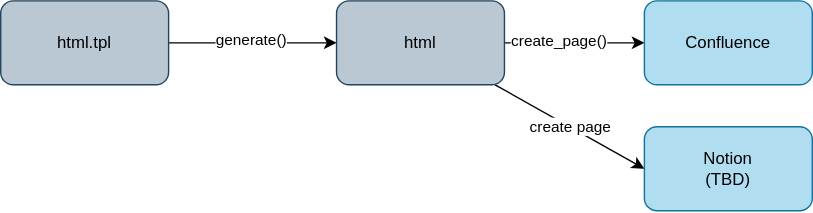
Above: docs/diagram.drawio.svg in nakamasato/autonote (draw.io), before the change. Source tidied: cells renumbered, new cells last; positions are measured from the earlier drawing's top-left corner, leaving out a move shared by most shapes. Its diagram source:
```xml
<mxGraphModel>
  <root>
    <mxCell id="0" />
    <mxCell id="1" parent="0" />
    <mxCell id="2" style="edgeStyle=none;html=1;exitX=1;exitY=0.5;exitDx=0;exitDy=0;" parent="1" edge="1" source="9" target="7">
      <mxGeometry relative="1" as="geometry" />
    </mxCell>
    <mxCell id="3" value="generate()" style="edgeLabel;html=1;align=center;verticalAlign=middle;" parent="2" vertex="1">
      <mxGeometry x="-0.03" y="3" relative="1" as="geometry" />
    </mxCell>
    <mxCell id="4" style="edgeStyle=none;html=1;" parent="1" edge="1" source="7" target="8">
      <mxGeometry relative="1" as="geometry" />
    </mxCell>
    <mxCell id="5" value="create_page()" style="edgeLabel;html=1;align=center;verticalAlign=middle;" parent="4" vertex="1">
      <mxGeometry x="-0.23" y="2" relative="1" as="geometry" />
    </mxCell>
    <mxCell id="6" value="create page" style="edgeStyle=none;html=1;entryX=0;entryY=0.5;entryDx=0;entryDy=0;" parent="1" edge="1" source="7" target="10">
      <mxGeometry relative="1" as="geometry" />
    </mxCell>
    <mxCell id="7" value="html" style="rounded=1;whiteSpace=wrap;html=1;fillColor=#bac8d3;strokeColor=#23445d;" parent="1" vertex="1">
      <mxGeometry x="240" width="120" height="60" as="geometry" />
    </mxCell>
    <mxCell id="8" value="Confluence" style="rounded=1;whiteSpace=wrap;html=1;fillColor=#b1ddf0;strokeColor=#10739e;" parent="1" vertex="1">
      <mxGeometry x="460" width="120" height="60" as="geometry" />
    </mxCell>
    <mxCell id="9" value="html.tpl" style="rounded=1;whiteSpace=wrap;html=1;fillColor=#bac8d3;strokeColor=#23445d;" parent="1" vertex="1">
      <mxGeometry width="120" height="60" as="geometry" />
    </mxCell>
    <mxCell id="10" value="Notion&lt;br&gt;(TBD)" style="rounded=1;whiteSpace=wrap;html=1;fillColor=#b1ddf0;strokeColor=#10739e;" parent="1" vertex="1">
      <mxGeometry x="460" y="90" width="120" height="60" as="geometry" />
    </mxCell>
  </root>
</mxGraphModel>
```
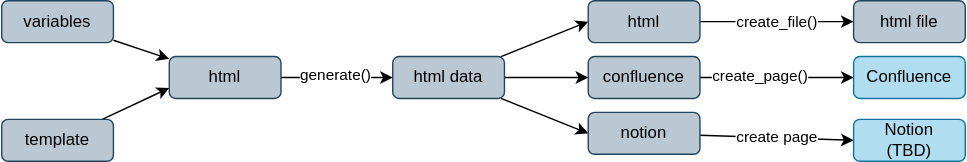
The same file after the commit.

Diff of the diagram source:
```diff
@@ -8,26 +8,62 @@
     <mxCell id="3" value="generate()" style="edgeLabel;html=1;align=center;verticalAlign=middle;" parent="2" vertex="1">
       <mxGeometry x="-0.03" y="3" relative="1" as="geometry" />
     </mxCell>
-    <mxCell id="4" style="edgeStyle=none;html=1;" parent="1" edge="1" source="7" target="8">
+    <mxCell id="4" style="edgeStyle=none;html=1;" parent="1" edge="1" source="17" target="8">
       <mxGeometry relative="1" as="geometry" />
     </mxCell>
     <mxCell id="5" value="create_page()" style="edgeLabel;html=1;align=center;verticalAlign=middle;" parent="4" vertex="1">
       <mxGeometry x="-0.23" y="2" relative="1" as="geometry" />
     </mxCell>
-    <mxCell id="6" value="create page" style="edgeStyle=none;html=1;entryX=0;entryY=0.5;entryDx=0;entryDy=0;" parent="1" edge="1" source="7" target="10">
+    <mxCell id="6" value="create page" style="edgeStyle=none;html=1;entryX=0;entryY=0.5;entryDx=0;entryDy=0;" parent="1" edge="1" source="18" target="10">
       <mxGeometry relative="1" as="geometry" />
     </mxCell>
+    <mxCell id="11" value="create_file()" style="edgeStyle=none;html=1;entryX=0;entryY=0.5;entryDx=0;entryDy=0;exitX=1;exitY=0.5;exitDx=0;exitDy=0;" parent="1" edge="1" source="16" target="15">
+      <mxGeometry relative="1" as="geometry" />
+    </mxCell>
+    <mxCell id="12" style="edgeStyle=none;html=1;entryX=0;entryY=0.5;entryDx=0;entryDy=0;" parent="1" edge="1" source="7" target="16">
+      <mxGeometry relative="1" as="geometry" />
+    </mxCell>
+    <mxCell id="13" style="edgeStyle=none;html=1;entryX=0;entryY=0.5;entryDx=0;entryDy=0;" parent="1" edge="1" source="7" target="17">
+      <mxGeometry relative="1" as="geometry" />
+    </mxCell>
+    <mxCell id="14" style="edgeStyle=none;html=1;entryX=0;entryY=0.5;entryDx=0;entryDy=0;" parent="1" edge="1" source="7" target="18">
+      <mxGeometry relative="1" as="geometry" />
+    </mxCell>
-    <mxCell id="7" value="html" style="rounded=1;whiteSpace=wrap;html=1;fillColor=#bac8d3;strokeColor=#23445d;" parent="1" vertex="1">
-      <mxGeometry x="240" width="120" height="60" as="geometry" />
+    <mxCell id="7" value="html data" style="rounded=1;whiteSpace=wrap;html=1;fillColor=#bac8d3;strokeColor=#23445d;" parent="1" vertex="1">
+      <mxGeometry x="230" width="80" height="30" as="geometry" />
     </mxCell>
     <mxCell id="8" value="Confluence" style="rounded=1;whiteSpace=wrap;html=1;fillColor=#b1ddf0;strokeColor=#10739e;" parent="1" vertex="1">
-      <mxGeometry x="460" width="120" height="60" as="geometry" />
+      <mxGeometry x="560" width="80" height="30" as="geometry" />
     </mxCell>
-    <mxCell id="9" value="html.tpl" style="rounded=1;whiteSpace=wrap;html=1;fillColor=#bac8d3;strokeColor=#23445d;" parent="1" vertex="1">
-      <mxGeometry width="120" height="60" as="geometry" />
+    <mxCell id="9" value="html" style="rounded=1;whiteSpace=wrap;html=1;fillColor=#bac8d3;strokeColor=#23445d;" parent="1" vertex="1">
+      <mxGeometry x="70" width="80" height="30" as="geometry" />
     </mxCell>
     <mxCell id="10" value="Notion&lt;br&gt;(TBD)" style="rounded=1;whiteSpace=wrap;html=1;fillColor=#b1ddf0;strokeColor=#10739e;" parent="1" vertex="1">
-      <mxGeometry x="460" y="90" width="120" height="60" as="geometry" />
+      <mxGeometry x="560" y="45" width="80" height="30" as="geometry" />
     </mxCell>
+    <mxCell id="15" value="html file" style="rounded=1;whiteSpace=wrap;html=1;fillColor=#bac8d3;strokeColor=#23445d;" parent="1" vertex="1">
+      <mxGeometry x="560" y="-40" width="80" height="30" as="geometry" />
+    </mxCell>
+    <mxCell id="16" value="html" style="rounded=1;whiteSpace=wrap;html=1;fillColor=#bac8d3;strokeColor=#23445d;" parent="1" vertex="1">
+      <mxGeometry x="370" y="-40" width="80" height="30" as="geometry" />
+    </mxCell>
+    <mxCell id="17" value="confluence" style="rounded=1;whiteSpace=wrap;html=1;fillColor=#bac8d3;strokeColor=#23445d;" parent="1" vertex="1">
+      <mxGeometry x="370" width="80" height="30" as="geometry" />
+    </mxCell>
+    <mxCell id="18" value="notion" style="rounded=1;whiteSpace=wrap;html=1;fillColor=#bac8d3;strokeColor=#23445d;" parent="1" vertex="1">
+      <mxGeometry x="370" y="40" width="80" height="30" as="geometry" />
+    </mxCell>
+    <mxCell id="19" style="edgeStyle=none;html=1;entryX=0;entryY=0.75;entryDx=0;entryDy=0;" parent="1" edge="1" source="20" target="9">
+      <mxGeometry relative="1" as="geometry" />
+    </mxCell>
+    <mxCell id="20" value="template" style="rounded=1;whiteSpace=wrap;html=1;fillColor=#bac8d3;strokeColor=#23445d;" parent="1" vertex="1">
+      <mxGeometry x="-50" y="45" width="80" height="30" as="geometry" />
+    </mxCell>
+    <mxCell id="21" style="edgeStyle=none;html=1;" parent="1" edge="1" source="22" target="9">
+      <mxGeometry relative="1" as="geometry" />
+    </mxCell>
+    <mxCell id="22" value="variables" style="rounded=1;whiteSpace=wrap;html=1;fillColor=#bac8d3;strokeColor=#23445d;" parent="1" vertex="1">
+      <mxGeometry x="-50" y="-40" width="80" height="30" as="geometry" />
+    </mxCell>
   </root>
 </mxGraphModel>
```
